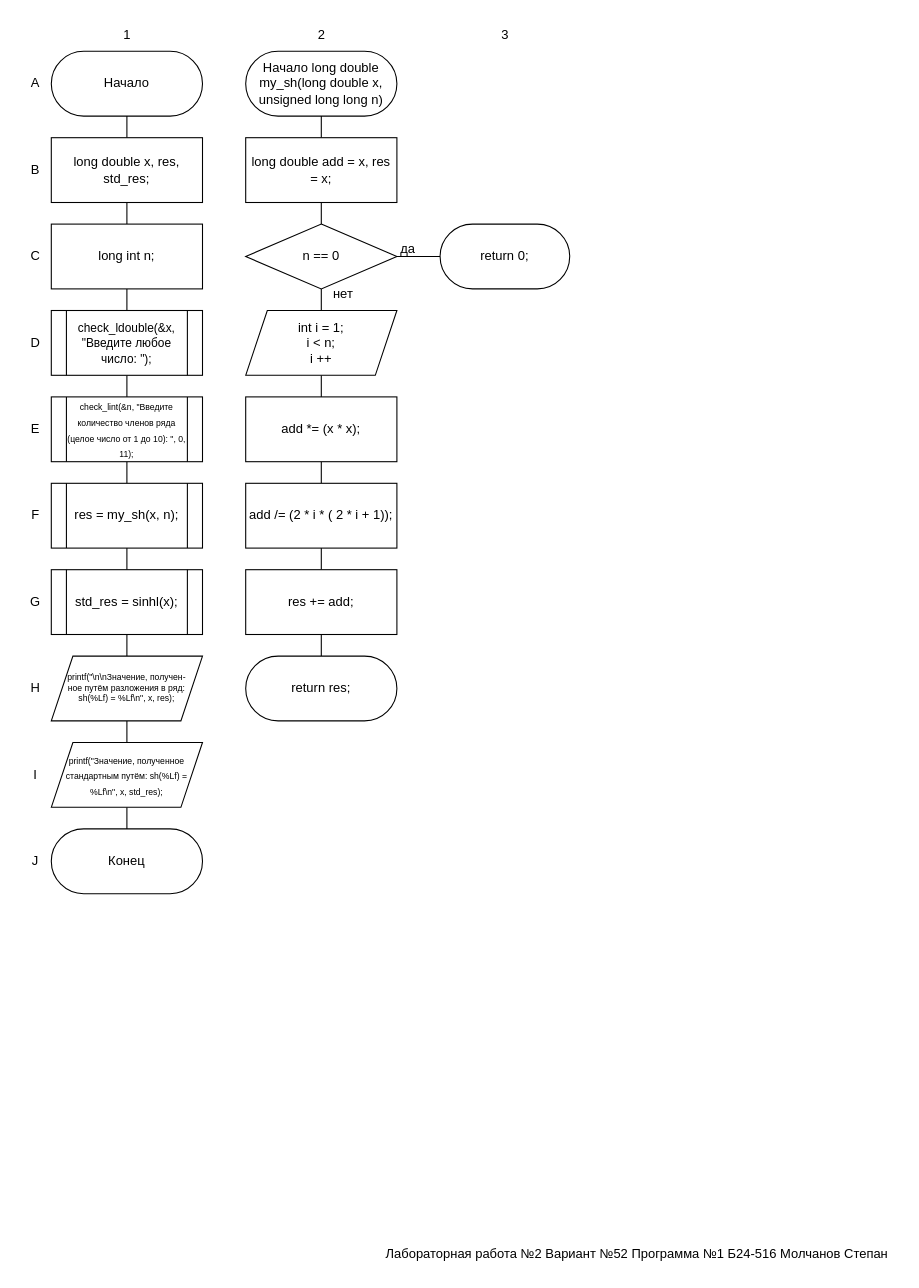
This is page "Страница — 1" (1 of 2) of lab2/flowchart1.drawio from molchanov71/MEPhIflowcharts, a draw.io file, before an edit. Source tidied: cells renumbered, new cells numbered last; positions are measured from the earlier drawing's top-left corner, leaving out a move shared by most shapes. Both pictures are drawn from the tidied source at 108%, with x=0, y=0 at pixel (18, 18).
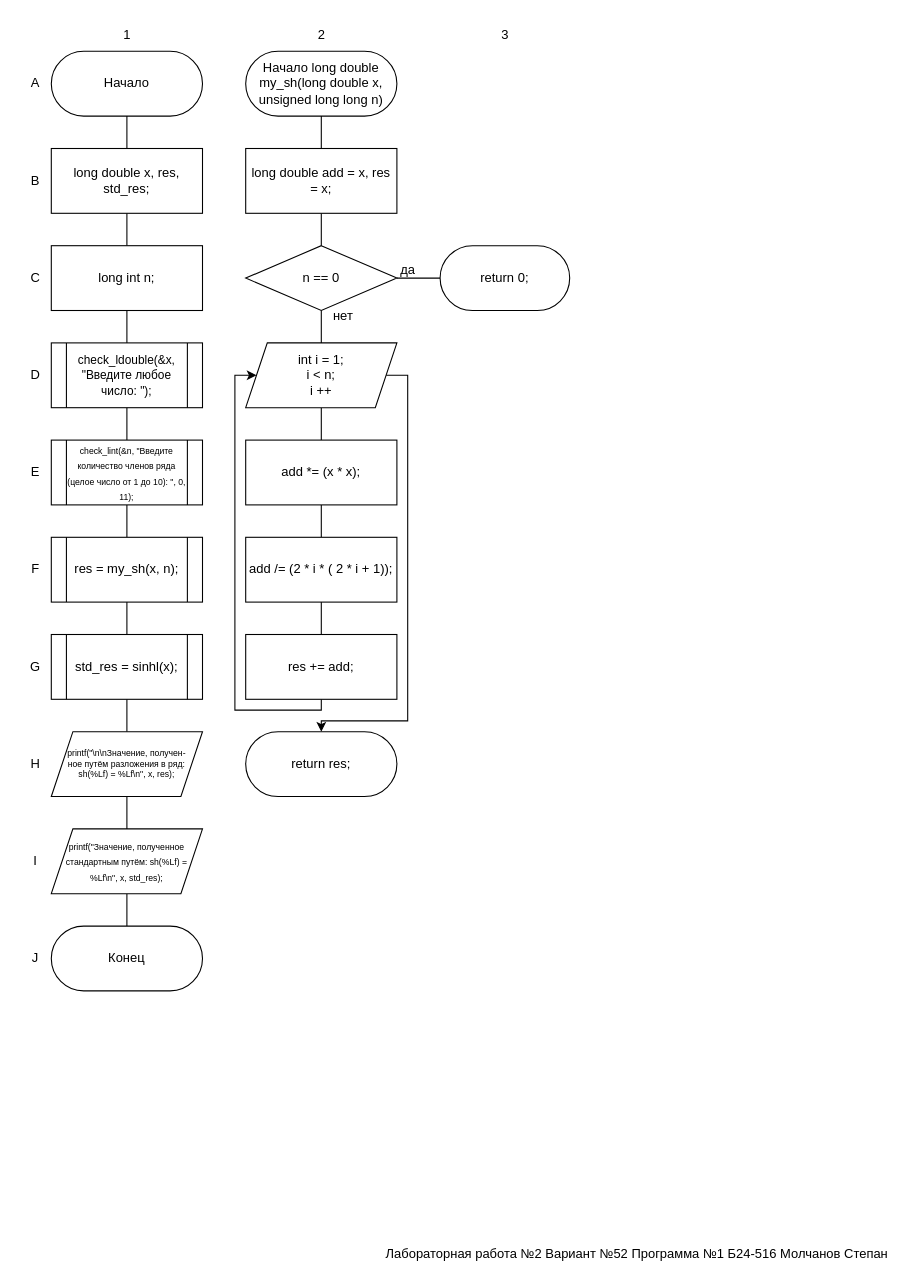
The same diagram, later.

Commit message:
лаба2 готова

The edit, as a diff of the source:
```diff
@@
     <mxCell id="5" value="long double x, res, std_res;" style="rounded=0;whiteSpace=wrap;html=1;" parent="1" vertex="1">
-      <mxGeometry x="30" y="110" width="140" height="60" as="geometry" />
+      <mxGeometry x="30" y="120" width="140" height="60" as="geometry" />
     </mxCell>
@@
     <mxCell id="7" value="long int n;" style="rounded=0;whiteSpace=wrap;html=1;" parent="1" vertex="1">
-      <mxGeometry x="30" y="190" width="140" height="60" as="geometry" />
+      <mxGeometry x="30" y="210" width="140" height="60" as="geometry" />
     </mxCell>
@@
     <mxCell id="9" value="&lt;font style=&quot;font-size: 11px;&quot;&gt;check_ldouble(&amp;amp;x, &quot;Введите любое число: &quot;);&lt;/font&gt;" style="shape=process;whiteSpace=wrap;html=1;backgroundOutline=1;" parent="1" vertex="1">
-      <mxGeometry x="30" y="270" width="140" height="60" as="geometry" />
+      <mxGeometry x="30" y="300" width="140" height="60" as="geometry" />
     </mxCell>
@@
     <mxCell id="11" value="&lt;font style=&quot;font-size: 8px;&quot;&gt;check_lint(&amp;amp;n, &quot;Введите количество членов ряда (целое число от 1 до 10): &quot;, 0, 11);&lt;/font&gt;" style="shape=process;whiteSpace=wrap;html=1;backgroundOutline=1;" parent="1" vertex="1">
-      <mxGeometry x="30" y="350" width="140" height="60" as="geometry" />
+      <mxGeometry x="30" y="390" width="140" height="60" as="geometry" />
     </mxCell>
@@
     <mxCell id="13" value="res = my_sh(x, n);" style="shape=process;whiteSpace=wrap;html=1;backgroundOutline=1;" parent="1" vertex="1">
-      <mxGeometry x="30" y="430" width="140" height="60" as="geometry" />
+      <mxGeometry x="30" y="480" width="140" height="60" as="geometry" />
     </mxCell>
@@
     <mxCell id="15" value="std_res = sinhl(x);" style="shape=process;whiteSpace=wrap;html=1;backgroundOutline=1;" parent="1" vertex="1">
-      <mxGeometry x="30" y="510" width="140" height="60" as="geometry" />
+      <mxGeometry x="30" y="570" width="140" height="60" as="geometry" />
     </mxCell>
@@
     <mxCell id="17" value="&lt;font style=&quot;font-size: 8px;&quot;&gt;printf(&quot;\n\nЗначение, получен-&lt;/font&gt;&lt;div style=&quot;font-size: 8px;&quot;&gt;&lt;font style=&quot;font-size: 8px;&quot;&gt;ное путём разложения в ряд: sh(%Lf) = %Lf\n&quot;, x, res);&lt;/font&gt;&lt;/div&gt;" style="shape=parallelogram;perimeter=parallelogramPerimeter;whiteSpace=wrap;html=1;fixedSize=1;size=20;fontSize=8;" parent="1" vertex="1">
-      <mxGeometry x="30" y="590" width="140" height="60" as="geometry" />
+      <mxGeometry x="30" y="660" width="140" height="60" as="geometry" />
     </mxCell>
@@
     <mxCell id="19" value="&lt;font style=&quot;font-size: 8px;&quot;&gt;printf(&quot;Значение, полученное стандартным путём: sh(%Lf) = %Lf\n&quot;, x, std_res);&lt;/font&gt;" style="shape=parallelogram;perimeter=parallelogramPerimeter;whiteSpace=wrap;html=1;fixedSize=1;" parent="1" vertex="1">
-      <mxGeometry x="30" y="670" width="140" height="60" as="geometry" />
+      <mxGeometry x="30" y="750" width="140" height="60" as="geometry" />
     </mxCell>
     <mxCell id="20" value="Конец" style="rounded=1;whiteSpace=wrap;html=1;arcSize=50;" parent="1" vertex="1">
-      <mxGeometry x="30" y="750" width="140" height="60" as="geometry" />
+      <mxGeometry x="30" y="840" width="140" height="60" as="geometry" />
     </mxCell>
@@
     <mxCell id="23" value="B" style="text;html=1;align=center;verticalAlign=middle;strokeColor=none;fillColor=none;" parent="1" vertex="1">
-      <mxGeometry y="125" width="30" height="30" as="geometry" />
+      <mxGeometry y="135" width="30" height="30" as="geometry" />
     </mxCell>
     <mxCell id="24" value="C" style="text;html=1;align=center;verticalAlign=middle;strokeColor=none;fillColor=none;" parent="1" vertex="1">
-      <mxGeometry y="205" width="30" height="30" as="geometry" />
+      <mxGeometry y="225" width="30" height="30" as="geometry" />
     </mxCell>
     <mxCell id="25" value="D" style="text;html=1;align=center;verticalAlign=middle;strokeColor=none;fillColor=none;" parent="1" vertex="1">
-      <mxGeometry y="285" width="30" height="30" as="geometry" />
+      <mxGeometry y="315" width="30" height="30" as="geometry" />
     </mxCell>
     <mxCell id="26" value="E" style="text;html=1;align=center;verticalAlign=middle;strokeColor=none;fillColor=none;" parent="1" vertex="1">
-      <mxGeometry y="365" width="30" height="30" as="geometry" />
+      <mxGeometry y="405" width="30" height="30" as="geometry" />
     </mxCell>
     <mxCell id="27" value="F" style="text;html=1;align=center;verticalAlign=middle;strokeColor=none;fillColor=none;" parent="1" vertex="1">
-      <mxGeometry y="445" width="30" height="30" as="geometry" />
+      <mxGeometry y="495" width="30" height="30" as="geometry" />
     </mxCell>
     <mxCell id="28" value="G" style="text;html=1;align=center;verticalAlign=middle;strokeColor=none;fillColor=none;" parent="1" vertex="1">
-      <mxGeometry y="525" width="30" height="30" as="geometry" />
+      <mxGeometry y="585" width="30" height="30" as="geometry" />
     </mxCell>
     <mxCell id="29" value="H" style="text;html=1;align=center;verticalAlign=middle;strokeColor=none;fillColor=none;" parent="1" vertex="1">
-      <mxGeometry y="605" width="30" height="30" as="geometry" />
+      <mxGeometry y="675" width="30" height="30" as="geometry" />
     </mxCell>
     <mxCell id="30" value="I" style="text;html=1;align=center;verticalAlign=middle;strokeColor=none;fillColor=none;" parent="1" vertex="1">
-      <mxGeometry y="685" width="30" height="30" as="geometry" />
+      <mxGeometry y="765" width="30" height="30" as="geometry" />
     </mxCell>
     <mxCell id="31" value="J" style="text;html=1;align=center;verticalAlign=middle;strokeColor=none;fillColor=none;" parent="1" vertex="1">
-      <mxGeometry y="765" width="30" height="30" as="geometry" />
+      <mxGeometry y="855" width="30" height="30" as="geometry" />
     </mxCell>
@@
     <mxCell id="35" value="long double add = x, res = x;" style="rounded=0;whiteSpace=wrap;html=1;" parent="1" vertex="1">
-      <mxGeometry x="210" y="110" width="140" height="60" as="geometry" />
+      <mxGeometry x="210" y="120" width="140" height="60" as="geometry" />
     </mxCell>
@@
     <mxCell id="38" value="n == 0" style="rhombus;whiteSpace=wrap;html=1;" parent="1" vertex="1">
-      <mxGeometry x="210" y="190" width="140" height="60" as="geometry" />
+      <mxGeometry x="210" y="210" width="140" height="60" as="geometry" />
     </mxCell>
     <mxCell id="39" value="return 0;" style="rounded=1;whiteSpace=wrap;html=1;arcSize=50;" parent="1" vertex="1">
-      <mxGeometry x="390" y="190" width="120" height="60" as="geometry" />
+      <mxGeometry x="390" y="210" width="120" height="60" as="geometry" />
     </mxCell>
@@
+    <mxCell id="54" style="edgeStyle=orthogonalEdgeStyle;rounded=0;jettySize=auto;html=1;exitX=1;exitY=0.5;exitDx=0;exitDy=0;entryX=0.5;entryY=0;entryDx=0;entryDy=0;" parent="1" edge="1" source="41" target="48">
+      <mxGeometry relative="1" as="geometry">
+        <Array as="points">
+          <mxPoint x="360" y="330" />
+          <mxPoint x="360" y="650" />
+          <mxPoint x="280" y="650" />
+        </Array>
+      </mxGeometry>
+    </mxCell>
     <mxCell id="41" value="int i = 1;&lt;div&gt;i &amp;lt; n;&lt;/div&gt;&lt;div&gt;i ++&lt;/div&gt;" style="shape=parallelogram;perimeter=parallelogramPerimeter;whiteSpace=wrap;html=1;fixedSize=1;" parent="1" vertex="1">
-      <mxGeometry x="210" y="270" width="140" height="60" as="geometry" />
+      <mxGeometry x="210" y="300" width="140" height="60" as="geometry" />
     </mxCell>
@@
     <mxCell id="43" value="add *= (x * x);" style="rounded=0;whiteSpace=wrap;html=1;" parent="1" vertex="1">
-      <mxGeometry x="210" y="350" width="140" height="60" as="geometry" />
+      <mxGeometry x="210" y="390" width="140" height="60" as="geometry" />
     </mxCell>
@@
     <mxCell id="45" value="add /= (2 * i * ( 2 * i + 1));" style="rounded=0;whiteSpace=wrap;html=1;" parent="1" vertex="1">
-      <mxGeometry x="210" y="430" width="140" height="60" as="geometry" />
+      <mxGeometry x="210" y="480" width="140" height="60" as="geometry" />
     </mxCell>
-    <mxCell id="46" style="edgeStyle=orthogonalEdgeStyle;rounded=0;jettySize=auto;html=1;exitX=0.5;exitY=1;exitDx=0;exitDy=0;entryX=0.5;entryY=0;entryDx=0;entryDy=0;endArrow=none;endFill=0;" parent="1" edge="1" source="47" target="48">
-      <mxGeometry relative="1" as="geometry" />
-    </mxCell>
+    <mxCell id="55" style="edgeStyle=orthogonalEdgeStyle;rounded=0;jettySize=auto;html=1;exitX=0.5;exitY=1;exitDx=0;exitDy=0;entryX=0;entryY=0.5;entryDx=0;entryDy=0;" parent="1" edge="1" source="47" target="41">
+      <mxGeometry relative="1" as="geometry">
+        <Array as="points">
+          <mxPoint x="280" y="640" />
+          <mxPoint x="200" y="640" />
+          <mxPoint x="200" y="330" />
+        </Array>
+      </mxGeometry>
+    </mxCell>
     <mxCell id="47" value="res += add;" style="rounded=0;whiteSpace=wrap;html=1;" parent="1" vertex="1">
-      <mxGeometry x="210" y="510" width="140" height="60" as="geometry" />
+      <mxGeometry x="210" y="570" width="140" height="60" as="geometry" />
     </mxCell>
     <mxCell id="48" value="return res;" style="rounded=1;whiteSpace=wrap;html=1;arcSize=50;" parent="1" vertex="1">
-      <mxGeometry x="210" y="590" width="140" height="60" as="geometry" />
+      <mxGeometry x="210" y="660" width="140" height="60" as="geometry" />
     </mxCell>
     <mxCell id="49" value="да" style="text;html=1;align=center;verticalAlign=middle;strokeColor=none;fillColor=none;" parent="1" vertex="1">
-      <mxGeometry x="340" y="198" width="40" height="30" as="geometry" />
+      <mxGeometry x="340" y="218" width="40" height="30" as="geometry" />
     </mxCell>
     <mxCell id="50" value="нет" style="text;html=1;align=center;verticalAlign=middle;strokeColor=none;fillColor=none;" parent="1" vertex="1">
-      <mxGeometry x="280" y="240" width="40" height="30" as="geometry" />
+      <mxGeometry x="280" y="260" width="40" height="30" as="geometry" />
     </mxCell>
```
